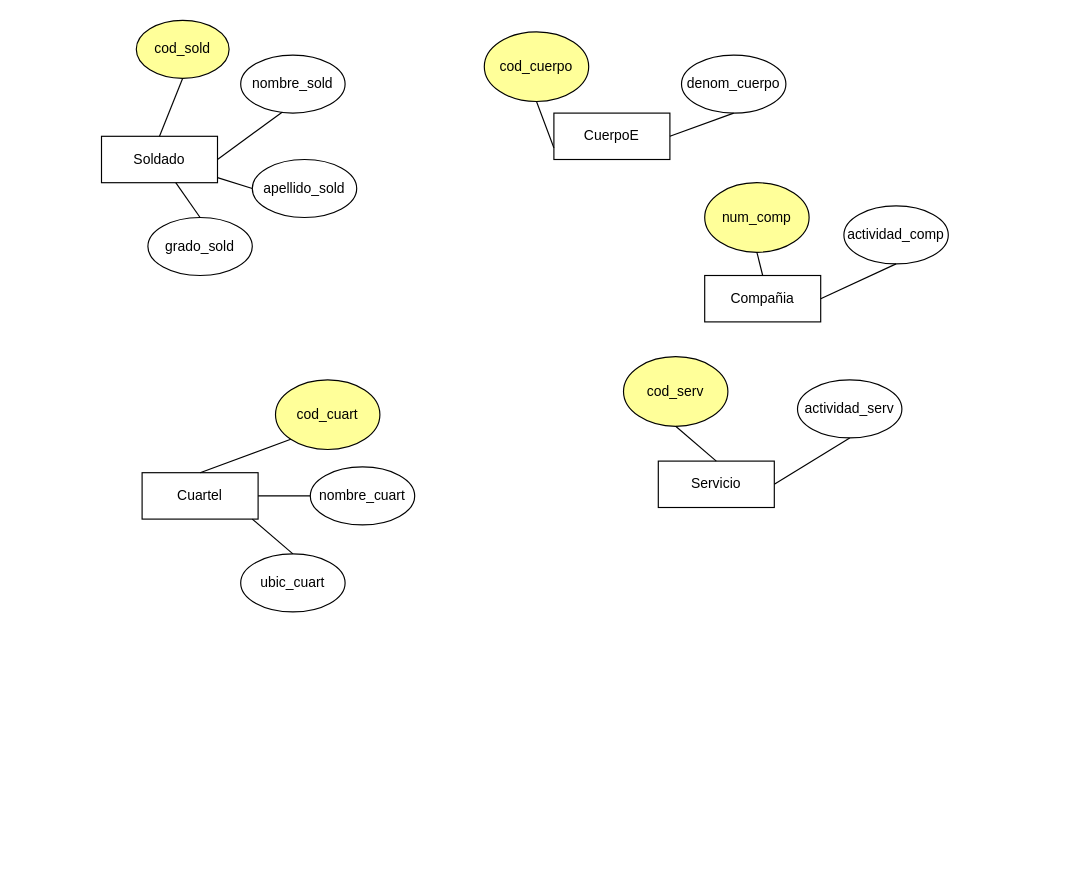
Earlier version of the draw.io diagram BBDD/EntidadRelacion/Untitled Diagram.drawio (coscristian/Ciclo-2---MinTic). Source tidied: cells renumbered, new cells numbered last; positions are measured from the earlier drawing's top-left corner, leaving out a move shared by most shapes. Both pictures are drawn from the tidied source at 116%, with x=0, y=0 at pixel (101, 20).
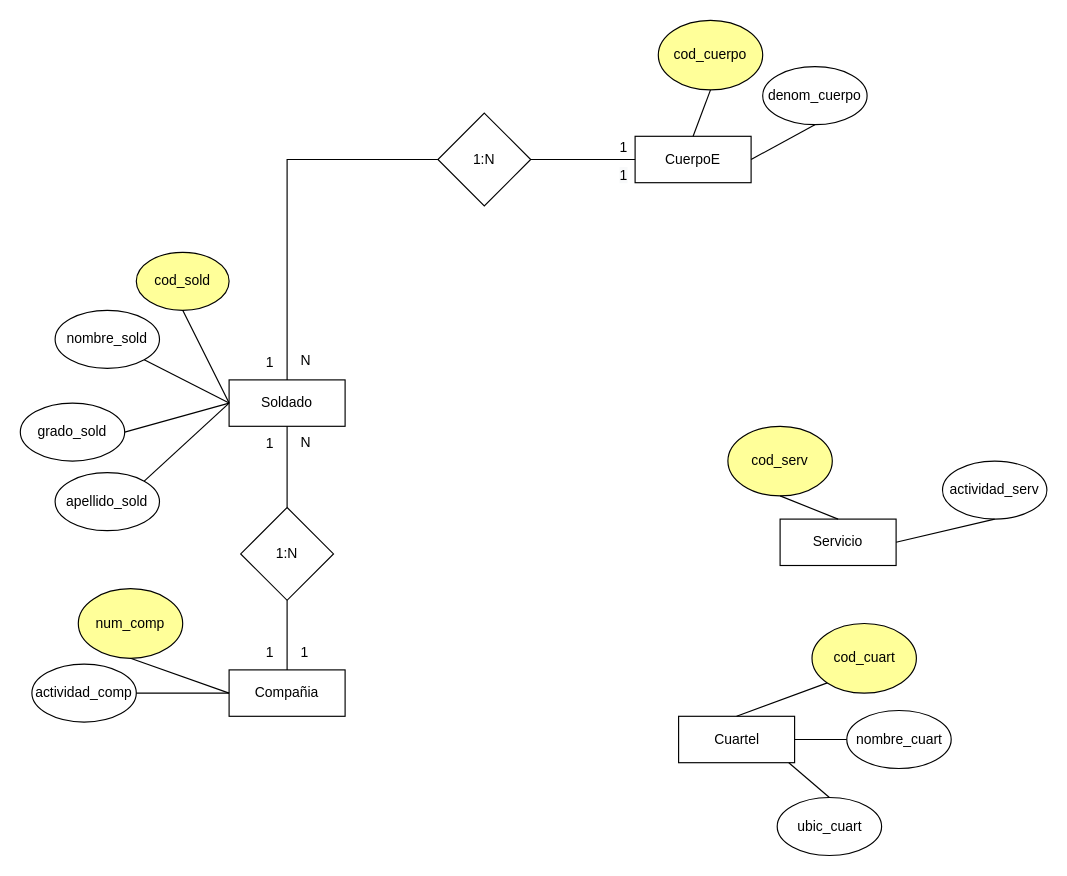
The same page after the edit.

Commit message:
Commit primeras dos relaciones

The edit, as a diff of the source:
```diff
@@
     <mxCell id="2" value="Cuartel" style="whiteSpace=wrap;html=1;align=center;" parent="1" vertex="1">
-      <mxGeometry x="35" y="390" width="100" height="40" as="geometry" />
+      <mxGeometry x="497.5" y="600" width="100" height="40" as="geometry" />
     </mxCell>
     <mxCell id="3" value="CuerpoE" style="whiteSpace=wrap;html=1;align=center;" parent="1" vertex="1">
-      <mxGeometry x="390" y="80" width="100" height="40" as="geometry" />
+      <mxGeometry x="460" y="100" width="100" height="40" as="geometry" />
     </mxCell>
     <mxCell id="4" value="Soldado" style="whiteSpace=wrap;html=1;align=center;" parent="1" vertex="1">
-      <mxGeometry y="100" width="100" height="40" as="geometry" />
+      <mxGeometry x="110" y="310" width="100" height="40" as="geometry" />
     </mxCell>
     <mxCell id="5" value="Compañia" style="whiteSpace=wrap;html=1;align=center;" parent="1" vertex="1">
-      <mxGeometry x="520" y="220" width="100" height="40" as="geometry" />
+      <mxGeometry x="110" y="560" width="100" height="40" as="geometry" />
     </mxCell>
     <mxCell id="6" value="Servicio" style="whiteSpace=wrap;html=1;align=center;" parent="1" vertex="1">
-      <mxGeometry x="480" y="380" width="100" height="40" as="geometry" />
+      <mxGeometry x="585" y="430" width="100" height="40" as="geometry" />
     </mxCell>
     <mxCell id="7" value="cod_sold" style="ellipse;whiteSpace=wrap;html=1;fillColor=#FFFF99;" parent="1" vertex="1">
-      <mxGeometry x="30" width="80" height="50" as="geometry" />
+      <mxGeometry x="30" y="200" width="80" height="50" as="geometry" />
     </mxCell>
     <mxCell id="8" value="num_comp" style="ellipse;whiteSpace=wrap;html=1;fillColor=#FFFF99;" parent="1" vertex="1">
-      <mxGeometry x="520" y="140" width="90" height="60" as="geometry" />
+      <mxGeometry x="-20" y="490" width="90" height="60" as="geometry" />
     </mxCell>
     <mxCell id="9" value="cod_serv" style="ellipse;whiteSpace=wrap;html=1;fillColor=#FFFF99;" parent="1" vertex="1">
-      <mxGeometry x="450" y="290" width="90" height="60" as="geometry" />
+      <mxGeometry x="540" y="350" width="90" height="60" as="geometry" />
     </mxCell>
     <mxCell id="10" value="cod_cuart" style="ellipse;whiteSpace=wrap;html=1;fillColor=#FFFF99;" parent="1" vertex="1">
-      <mxGeometry x="150" y="310" width="90" height="60" as="geometry" />
+      <mxGeometry x="612.5" y="520" width="90" height="60" as="geometry" />
     </mxCell>
-    <mxCell id="11" style="endArrow=none;html=1;rounded=0;entryX=0.5;entryY=1;entryDx=0;entryDy=0;exitX=0.5;exitY=0;exitDx=0;exitDy=0;" parent="1" edge="1" source="4" target="7">
+    <mxCell id="11" style="endArrow=none;html=1;rounded=0;entryX=0.5;entryY=1;entryDx=0;entryDy=0;exitX=0;exitY=0.5;exitDx=0;exitDy=0;" parent="1" edge="1" source="4" target="7">
       <mxGeometry relative="1" as="geometry" />
     </mxCell>
     <mxCell id="12" value="nombre_sold" style="ellipse;whiteSpace=wrap;html=1;fillColor=#FFFFFF;" parent="1" vertex="1">
-      <mxGeometry x="120" y="30" width="90" height="50" as="geometry" />
+      <mxGeometry x="-40" y="250" width="90" height="50" as="geometry" />
     </mxCell>
     <mxCell id="13" value="apellido_sold" style="ellipse;whiteSpace=wrap;html=1;fillColor=#FFFFFF;" parent="1" vertex="1">
-      <mxGeometry x="130" y="120" width="90" height="50" as="geometry" />
+      <mxGeometry x="-40" y="390" width="90" height="50" as="geometry" />
     </mxCell>
     <mxCell id="14" value="grado_sold" style="ellipse;whiteSpace=wrap;html=1;fillColor=#FFFFFF;" parent="1" vertex="1">
-      <mxGeometry x="40" y="170" width="90" height="50" as="geometry" />
+      <mxGeometry x="-70" y="330" width="90" height="50" as="geometry" />
     </mxCell>
-    <mxCell id="15" style="endArrow=none;html=1;rounded=0;exitX=1;exitY=0.5;exitDx=0;exitDy=0;entryX=0.4;entryY=0.98;entryDx=0;entryDy=0;entryPerimeter=0;" parent="1" edge="1" source="4" target="12">
-      <mxGeometry relative="1" as="geometry" />
+    <mxCell id="15" style="endArrow=none;html=1;rounded=0;entryX=1;entryY=1;entryDx=0;entryDy=0;" parent="1" edge="1" target="12">
+      <mxGeometry relative="1" as="geometry">
+        <mxPoint x="110" y="330" as="sourcePoint" />
+      </mxGeometry>
     </mxCell>
-    <mxCell id="16" style="endArrow=none;html=1;rounded=0;entryX=0.5;entryY=0;entryDx=0;entryDy=0;" parent="1" edge="1" source="4" target="14">
-      <mxGeometry relative="1" as="geometry" />
+    <mxCell id="16" style="endArrow=none;html=1;rounded=0;entryX=1;entryY=0.5;entryDx=0;entryDy=0;" parent="1" edge="1" target="14">
+      <mxGeometry relative="1" as="geometry">
+        <mxPoint x="110" y="330" as="sourcePoint" />
+      </mxGeometry>
     </mxCell>
-    <mxCell id="17" style="endArrow=none;html=1;rounded=0;entryX=0;entryY=0.5;entryDx=0;entryDy=0;" parent="1" edge="1" source="4" target="13">
+    <mxCell id="17" style="endArrow=none;html=1;rounded=0;entryX=1;entryY=0;entryDx=0;entryDy=0;exitX=0;exitY=0.5;exitDx=0;exitDy=0;" parent="1" edge="1" source="4" target="13">
       <mxGeometry relative="1" as="geometry" />
     </mxCell>
     <mxCell id="18" value="nombre_cuart" style="ellipse;whiteSpace=wrap;html=1;fillColor=#FFFFFF;" parent="1" vertex="1">
-      <mxGeometry x="180" y="385" width="90" height="50" as="geometry" />
+      <mxGeometry x="642.5" y="595" width="90" height="50" as="geometry" />
     </mxCell>
     <mxCell id="19" value="ubic_cuart" style="ellipse;whiteSpace=wrap;html=1;fillColor=#FFFFFF;" parent="1" vertex="1">
-      <mxGeometry x="120" y="460" width="90" height="50" as="geometry" />
+      <mxGeometry x="582.5" y="670" width="90" height="50" as="geometry" />
     </mxCell>
@@
     <mxCell id="22" style="endArrow=none;html=1;rounded=0;entryX=0.5;entryY=0;entryDx=0;entryDy=0;" parent="1" edge="1" target="19">
       <mxGeometry relative="1" as="geometry">
-        <mxPoint x="130" y="430" as="sourcePoint" />
+        <mxPoint x="592.5" y="640" as="sourcePoint" />
       </mxGeometry>
     </mxCell>
     <mxCell id="23" value="cod_cuerpo" style="ellipse;whiteSpace=wrap;html=1;fillColor=#FFFF99;" parent="1" vertex="1">
-      <mxGeometry x="330" y="10" width="90" height="60" as="geometry" />
+      <mxGeometry x="480" width="90" height="60" as="geometry" />
     </mxCell>
     <mxCell id="24" value="denom_cuerpo" style="ellipse;whiteSpace=wrap;html=1;fillColor=#FFFFFF;" parent="1" vertex="1">
-      <mxGeometry x="500" y="30" width="90" height="50" as="geometry" />
+      <mxGeometry x="570" y="40" width="90" height="50" as="geometry" />
     </mxCell>
-    <mxCell id="25" style="endArrow=none;html=1;rounded=0;entryX=0.5;entryY=1;entryDx=0;entryDy=0;exitX=0;exitY=0.75;exitDx=0;exitDy=0;" parent="1" edge="1" source="3" target="23">
+    <mxCell id="25" style="endArrow=none;html=1;rounded=0;entryX=0.5;entryY=1;entryDx=0;entryDy=0;exitX=0.5;exitY=0;exitDx=0;exitDy=0;" parent="1" edge="1" source="3" target="23">
       <mxGeometry relative="1" as="geometry" />
     </mxCell>
@@
     <mxCell id="27" value="actividad_comp" style="ellipse;whiteSpace=wrap;html=1;fillColor=#FFFFFF;" parent="1" vertex="1">
-      <mxGeometry x="640" y="160" width="90" height="50" as="geometry" />
+      <mxGeometry x="-60" y="555" width="90" height="50" as="geometry" />
     </mxCell>
-    <mxCell id="28" style="endArrow=none;html=1;rounded=0;exitX=1;exitY=0.5;exitDx=0;exitDy=0;entryX=0.5;entryY=1;entryDx=0;entryDy=0;" parent="1" edge="1" source="5" target="27">
+    <mxCell id="28" style="endArrow=none;html=1;rounded=0;exitX=0;exitY=0.5;exitDx=0;exitDy=0;entryX=1;entryY=0.5;entryDx=0;entryDy=0;" parent="1" edge="1" source="5" target="27">
       <mxGeometry relative="1" as="geometry" />
     </mxCell>
-    <mxCell id="29" style="endArrow=none;html=1;rounded=0;exitX=0.5;exitY=0;exitDx=0;exitDy=0;entryX=0.5;entryY=1;entryDx=0;entryDy=0;" parent="1" edge="1" source="5" target="8">
+    <mxCell id="29" style="endArrow=none;html=1;rounded=0;exitX=0;exitY=0.5;exitDx=0;exitDy=0;entryX=0.5;entryY=1;entryDx=0;entryDy=0;" parent="1" edge="1" source="5" target="8">
       <mxGeometry relative="1" as="geometry" />
     </mxCell>
     <mxCell id="30" value="actividad_serv" style="ellipse;whiteSpace=wrap;html=1;fillColor=#FFFFFF;" parent="1" vertex="1">
-      <mxGeometry x="600" y="310" width="90" height="50" as="geometry" />
+      <mxGeometry x="725" y="380" width="90" height="50" as="geometry" />
     </mxCell>
@@
+    <mxCell id="33" value="1:N" style="rhombus;whiteSpace=wrap;html=1;fillColor=#FFFFFF;" parent="1" vertex="1">
+      <mxGeometry x="290" y="80" width="80" height="80" as="geometry" />
+    </mxCell>
+    <mxCell id="34" style="endArrow=none;html=1;rounded=0;exitX=0.5;exitY=0;exitDx=0;exitDy=0;entryX=0;entryY=0.5;entryDx=0;entryDy=0;" parent="1" edge="1" source="4" target="33">
+      <mxGeometry relative="1" as="geometry">
+        <Array as="points">
+          <mxPoint x="160" y="120" />
+        </Array>
+      </mxGeometry>
+    </mxCell>
+    <mxCell id="35" style="endArrow=none;html=1;rounded=0;exitX=1;exitY=0.5;exitDx=0;exitDy=0;" parent="1" edge="1" source="33" target="3">
+      <mxGeometry relative="1" as="geometry" />
+    </mxCell>
+    <mxCell id="36" value="1" style="text;html=1;align=center;verticalAlign=middle;strokeColor=none;fillColor=none;" parent="1" vertex="1">
+      <mxGeometry x="130" y="280" width="30" height="30" as="geometry" />
+    </mxCell>
+    <mxCell id="37" value="1" style="text;html=1;align=center;verticalAlign=middle;strokeColor=none;fillColor=none;" parent="1" vertex="1">
+      <mxGeometry x="435" y="95" width="30" height="30" as="geometry" />
+    </mxCell>
+    <mxCell id="38" value="&lt;span style=&quot;color: rgb(0, 0, 0); font-family: Helvetica; font-size: 12px; font-style: normal; font-variant-ligatures: normal; font-variant-caps: normal; font-weight: 400; letter-spacing: normal; orphans: 2; text-align: center; text-indent: 0px; text-transform: none; widows: 2; word-spacing: 0px; -webkit-text-stroke-width: 0px; background-color: rgb(248, 249, 250); text-decoration-thickness: initial; text-decoration-style: initial; text-decoration-color: initial; float: none; display: inline !important;&quot;&gt;1&lt;/span&gt;" style="text;whiteSpace=wrap;html=1;" parent="1" vertex="1">
+      <mxGeometry x="445" y="120" width="40" height="40" as="geometry" />
+    </mxCell>
+    <mxCell id="39" value="&lt;div style=&quot;text-align: center;&quot;&gt;N&lt;/div&gt;" style="text;whiteSpace=wrap;html=1;" parent="1" vertex="1">
+      <mxGeometry x="170" y="280" width="40" height="40" as="geometry" />
+    </mxCell>
+    <mxCell id="40" value="1:N" style="rhombus;whiteSpace=wrap;html=1;fillColor=#FFFFFF;" parent="1" vertex="1">
+      <mxGeometry x="120" y="420" width="80" height="80" as="geometry" />
+    </mxCell>
+    <mxCell id="41" style="endArrow=none;html=1;rounded=0;exitX=0.5;exitY=0;exitDx=0;exitDy=0;" parent="1" edge="1" source="5" target="40">
+      <mxGeometry relative="1" as="geometry" />
+    </mxCell>
+    <mxCell id="42" style="endArrow=none;html=1;rounded=0;exitX=0.5;exitY=0;exitDx=0;exitDy=0;entryX=0.5;entryY=1;entryDx=0;entryDy=0;" parent="1" edge="1" source="40" target="4">
+      <mxGeometry relative="1" as="geometry" />
+    </mxCell>
+    <mxCell id="43" value="1" style="text;html=1;align=center;verticalAlign=middle;strokeColor=none;fillColor=none;" parent="1" vertex="1">
+      <mxGeometry x="130" y="350" width="30" height="30" as="geometry" />
+    </mxCell>
+    <mxCell id="44" value="1" style="text;html=1;align=center;verticalAlign=middle;strokeColor=none;fillColor=none;" parent="1" vertex="1">
+      <mxGeometry x="130" y="530" width="30" height="30" as="geometry" />
+    </mxCell>
+    <mxCell id="45" value="1" style="text;html=1;align=center;verticalAlign=middle;strokeColor=none;fillColor=none;" parent="1" vertex="1">
+      <mxGeometry x="160" y="530" width="30" height="30" as="geometry" />
+    </mxCell>
+    <mxCell id="46" value="&lt;div style=&quot;text-align: center;&quot;&gt;N&lt;/div&gt;" style="text;whiteSpace=wrap;html=1;" parent="1" vertex="1">
+      <mxGeometry x="170" y="350" width="40" height="40" as="geometry" />
+    </mxCell>
```
